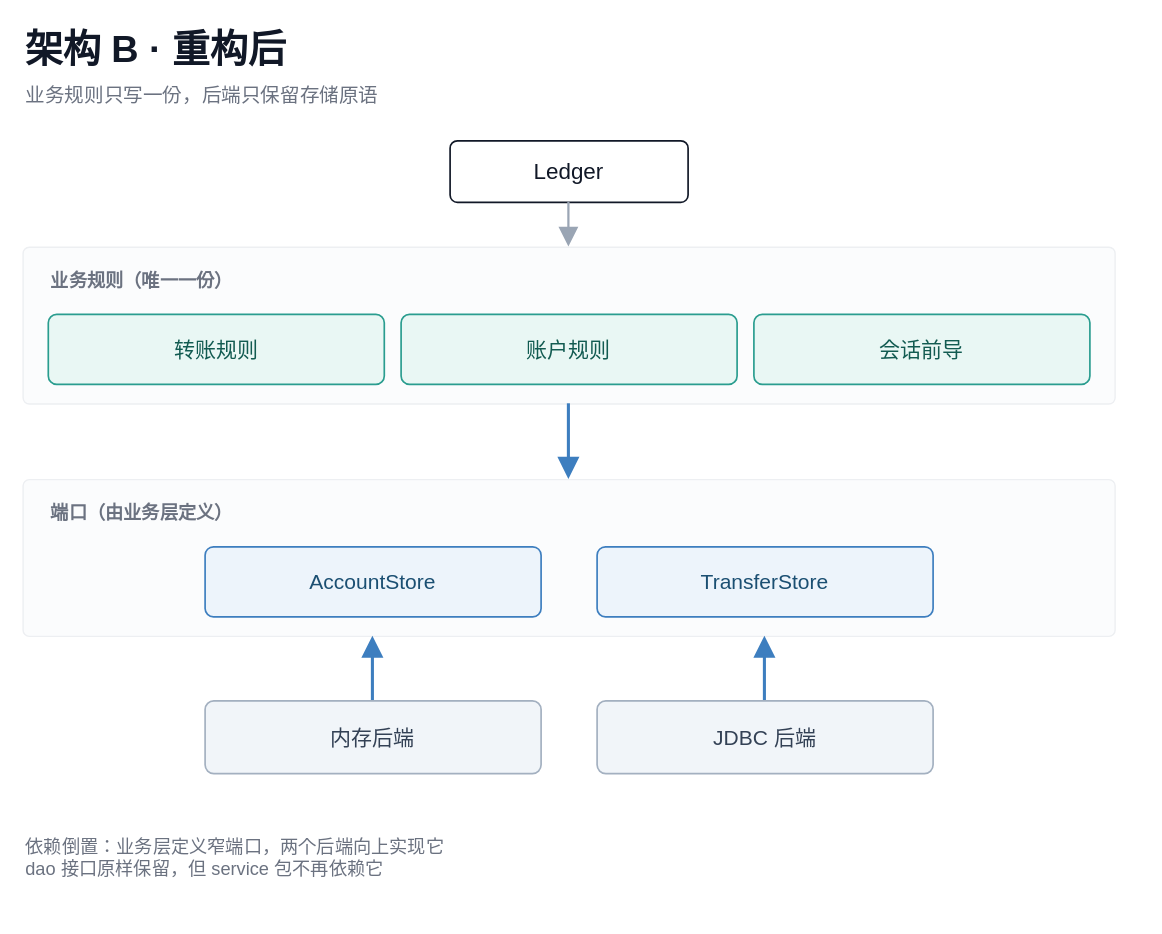
The draw.io diagram docs/figures/architecture-b.drawio.svg in TheaDust/modi-agent, before a commit. Source tidied: cells renumbered, new cells last; positions are measured from the earlier drawing's top-left corner, leaving out a move shared by most shapes.
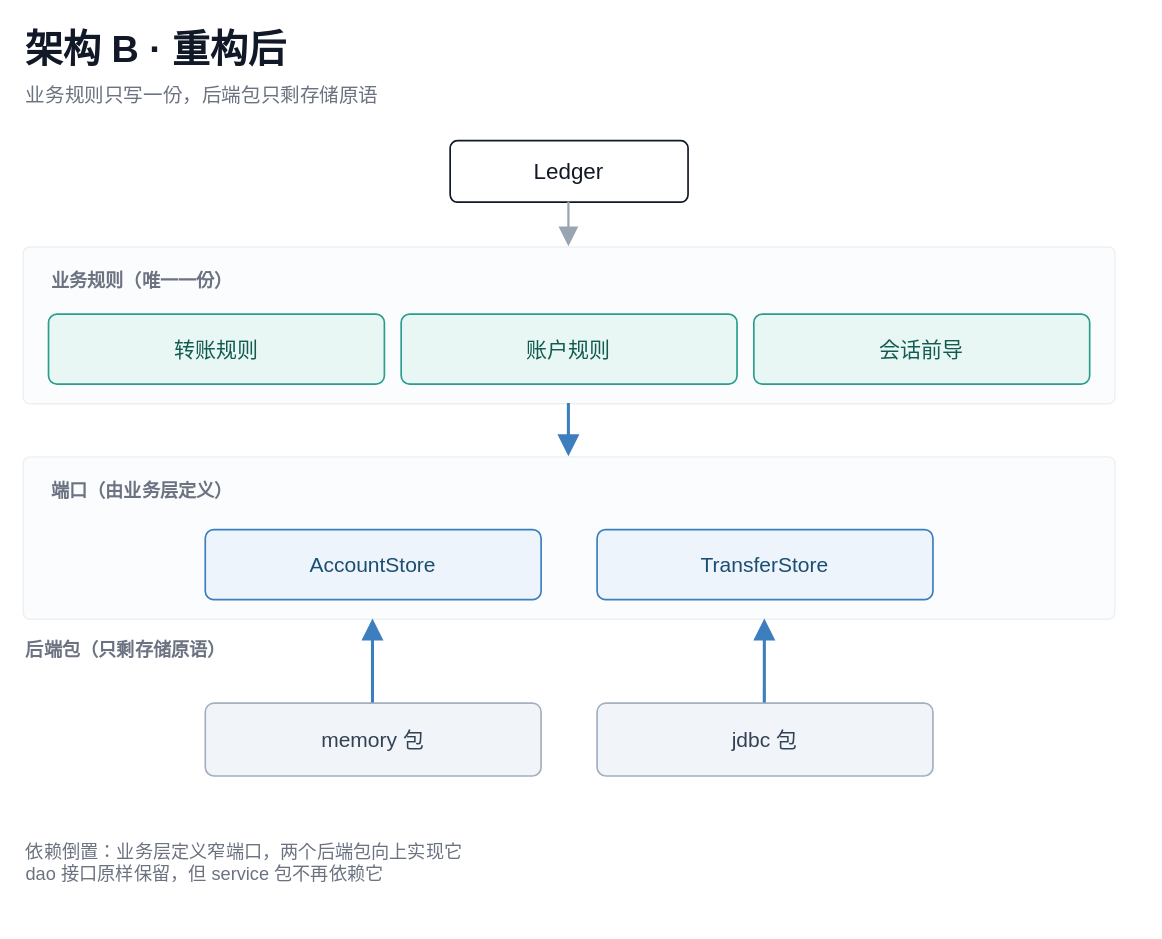
After the change.

The edit, as a diff of the source:
```diff
@@ -5,7 +5,7 @@
     <mxCell id="2" value="架构 B · 重构后" style="text;html=1;whiteSpace=wrap;align=left;verticalAlign=middle;fontSize=27;fontStyle=1;fontColor=#111827;" parent="1" vertex="1">
       <mxGeometry width="780" height="38" as="geometry" />
     </mxCell>
-    <mxCell id="3" value="业务规则只写一份，后端只保留存储原语" style="text;html=1;whiteSpace=wrap;align=left;verticalAlign=middle;fontSize=14;fontColor=#6B7280;" parent="1" vertex="1">
+    <mxCell id="3" value="业务规则只写一份，后端包只剩存储原语" style="text;html=1;whiteSpace=wrap;align=left;verticalAlign=middle;fontSize=14;fontColor=#6B7280;" parent="1" vertex="1">
       <mxGeometry y="40" width="780" height="24" as="geometry" />
     </mxCell>
     <mxCell id="4" value="Ledger" style="rounded=1;arcSize=12;html=1;whiteSpace=wrap;fillColor=#FFFFFF;strokeColor=#111827;strokeWidth=1.2;fontSize=16;fontColor=#111827;align=center;verticalAlign=middle;" parent="1" vertex="1">
@@ -27,37 +27,40 @@
       <mxGeometry x="522" y="208" width="240" height="50" as="geometry" />
     </mxCell>
     <mxCell id="10" style="rounded=1;arcSize=4;html=1;fillColor=#FBFCFD;strokeColor=#EDEFF2;strokeWidth=1;" parent="1" vertex="1">
-      <mxGeometry y="326" width="780" height="112" as="geometry" />
+      <mxGeometry y="310" width="780" height="116" as="geometry" />
     </mxCell>
     <mxCell id="11" value="端口（由业务层定义）" style="text;html=1;whiteSpace=wrap;align=left;verticalAlign=middle;fontSize=13;fontStyle=1;fontColor=#6B7280;" parent="1" vertex="1">
-      <mxGeometry x="18" y="338" width="400" height="24" as="geometry" />
+      <mxGeometry x="18" y="322" width="400" height="24" as="geometry" />
     </mxCell>
     <mxCell id="12" value="AccountStore" style="rounded=1;arcSize=12;html=1;whiteSpace=wrap;fillColor=#EDF4FB;strokeColor=#3D7EBF;strokeWidth=1.2;fontSize=15;fontColor=#1B4F72;align=center;verticalAlign=middle;" parent="1" vertex="1">
-      <mxGeometry x="130" y="374" width="240" height="50" as="geometry" />
+      <mxGeometry x="130" y="362" width="240" height="50" as="geometry" />
     </mxCell>
     <mxCell id="13" value="TransferStore" style="rounded=1;arcSize=12;html=1;whiteSpace=wrap;fillColor=#EDF4FB;strokeColor=#3D7EBF;strokeWidth=1.2;fontSize=15;fontColor=#1B4F72;align=center;verticalAlign=middle;" parent="1" vertex="1">
-      <mxGeometry x="410" y="374" width="240" height="50" as="geometry" />
+      <mxGeometry x="410" y="362" width="240" height="50" as="geometry" />
     </mxCell>
-    <mxCell id="14" value="内存后端" style="rounded=1;arcSize=12;html=1;whiteSpace=wrap;fillColor=#F1F5F9;strokeColor=#A3B0C0;strokeWidth=1.2;fontSize=15;fontColor=#334155;align=center;verticalAlign=middle;" parent="1" vertex="1">
-      <mxGeometry x="130" y="484" width="240" height="52" as="geometry" />
+    <mxCell id="14" value="后端包（只剩存储原语）" style="text;html=1;whiteSpace=wrap;align=left;verticalAlign=middle;fontSize=13;fontStyle=1;fontColor=#6B7280;" parent="1" vertex="1">
+      <mxGeometry y="436" width="780" height="24" as="geometry" />
     </mxCell>
-    <mxCell id="15" value="JDBC 后端" style="rounded=1;arcSize=12;html=1;whiteSpace=wrap;fillColor=#F1F5F9;strokeColor=#A3B0C0;strokeWidth=1.2;fontSize=15;fontColor=#334155;align=center;verticalAlign=middle;" parent="1" vertex="1">
-      <mxGeometry x="410" y="484" width="240" height="52" as="geometry" />
+    <mxCell id="15" value="memory 包" style="rounded=1;arcSize=12;html=1;whiteSpace=wrap;fillColor=#F1F5F9;strokeColor=#A3B0C0;strokeWidth=1.2;fontSize=15;fontColor=#334155;align=center;verticalAlign=middle;" parent="1" vertex="1">
+      <mxGeometry x="130" y="486" width="240" height="52" as="geometry" />
     </mxCell>
-    <mxCell id="16" style="edgeStyle=orthogonalEdgeStyle;rounded=0;html=1;strokeColor=#9AA5B4;strokeWidth=1.6;endArrow=block;endFill=1;endSize=10;exitX=0.5;exitY=1;exitDx=0;exitDy=0;entryX=0.5;entryY=0;entryDx=0;entryDy=0;" parent="1" edge="1" source="4" target="5">
-      <mxGeometry relative="1" as="geometry" />
-    </mxCell>
+    <mxCell id="21" value="jdbc 包" style="rounded=1;arcSize=12;html=1;whiteSpace=wrap;fillColor=#F1F5F9;strokeColor=#A3B0C0;strokeWidth=1.2;fontSize=15;fontColor=#334155;align=center;verticalAlign=middle;" parent="1" vertex="1">
+      <mxGeometry x="410" y="486" width="240" height="52" as="geometry" />
+    </mxCell>
-    <mxCell id="17" style="edgeStyle=orthogonalEdgeStyle;rounded=0;html=1;strokeColor=#3D7EBF;strokeWidth=2.2;endArrow=block;endFill=1;endSize=10;exitX=0.5;exitY=1;exitDx=0;exitDy=0;entryX=0.5;entryY=0;entryDx=0;entryDy=0;" parent="1" edge="1" source="5" target="10">
+    <mxCell id="17" style="edgeStyle=orthogonalEdgeStyle;rounded=0;html=1;strokeColor=#9AA5B4;strokeWidth=1.6;endArrow=block;endFill=1;endSize=10;exitX=0.5;exitY=1;exitDx=0;exitDy=0;entryX=0.5;entryY=0;entryDx=0;entryDy=0;" parent="1" edge="1" source="4" target="5">
       <mxGeometry relative="1" as="geometry" />
     </mxCell>
-    <mxCell id="18" style="edgeStyle=orthogonalEdgeStyle;rounded=0;html=1;strokeColor=#3D7EBF;strokeWidth=2.2;endArrow=block;endFill=1;endSize=10;exitX=0.5;exitY=0;exitDx=0;exitDy=0;entryX=0.3205;entryY=1;entryDx=0;entryDy=0;" parent="1" edge="1" source="14" target="10">
+    <mxCell id="18" style="edgeStyle=orthogonalEdgeStyle;rounded=0;html=1;strokeColor=#3D7EBF;strokeWidth=2.2;endArrow=block;endFill=1;endSize=10;exitX=0.5;exitY=1;exitDx=0;exitDy=0;entryX=0.5;entryY=0;entryDx=0;entryDy=0;" parent="1" edge="1" source="5" target="10">
       <mxGeometry relative="1" as="geometry" />
     </mxCell>
-    <mxCell id="19" style="edgeStyle=orthogonalEdgeStyle;rounded=0;html=1;strokeColor=#3D7EBF;strokeWidth=2.2;endArrow=block;endFill=1;endSize=10;exitX=0.5;exitY=0;exitDx=0;exitDy=0;entryX=0.6795;entryY=1;entryDx=0;entryDy=0;" parent="1" edge="1" source="15" target="10">
+    <mxCell id="19" style="edgeStyle=orthogonalEdgeStyle;rounded=0;html=1;strokeColor=#3D7EBF;strokeWidth=2.2;endArrow=block;endFill=1;endSize=10;exitX=0.5;exitY=0;exitDx=0;exitDy=0;entryX=0.3205;entryY=1;entryDx=0;entryDy=0;" parent="1" edge="1" source="15" target="10">
       <mxGeometry relative="1" as="geometry" />
     </mxCell>
-    <mxCell id="20" value="依赖倒置：业务层定义窄端口，两个后端向上实现它&#10;dao 接口原样保留，但 service 包不再依赖它" style="text;html=1;whiteSpace=wrap;align=left;verticalAlign=middle;fontSize=13;fontColor=#6B7280;" parent="1" vertex="1">
-      <mxGeometry y="574" width="780" height="44" as="geometry" />
-    </mxCell>
+    <mxCell id="22" style="edgeStyle=orthogonalEdgeStyle;rounded=0;html=1;strokeColor=#3D7EBF;strokeWidth=2.2;endArrow=block;endFill=1;endSize=10;exitX=0.5;exitY=0;exitDx=0;exitDy=0;entryX=0.6795;entryY=1;entryDx=0;entryDy=0;" parent="1" edge="1" source="21" target="10">
+      <mxGeometry relative="1" as="geometry" />
+    </mxCell>
+    <mxCell id="23" value="依赖倒置：业务层定义窄端口，两个后端包向上实现它&#10;dao 接口原样保留，但 service 包不再依赖它" style="text;html=1;whiteSpace=wrap;align=left;verticalAlign=middle;fontSize=13;fontColor=#6B7280;" parent="1" vertex="1">
+      <mxGeometry y="578" width="780" height="44" as="geometry" />
+    </mxCell>
   </root>
 </mxGraphModel>
```
